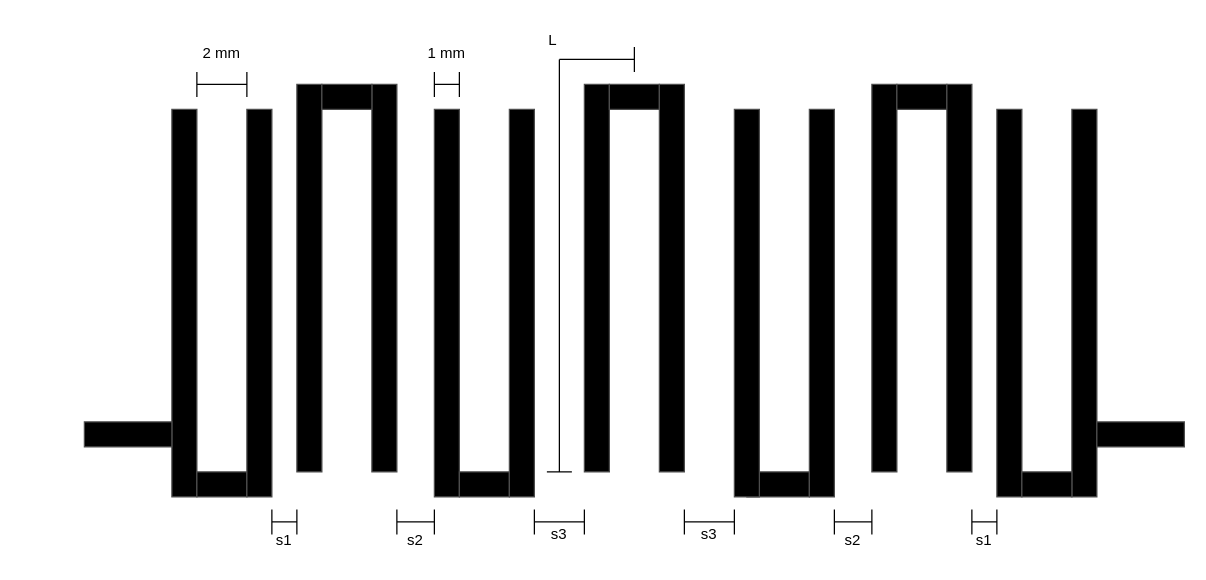
The draw.io diagram gitfigures/system_design/rf_front_end/bandpass_filter/hairpin_filter.drawio in Niclasapdk/esd5_project, before the edit. Source tidied: cells renumbered, new cells numbered last; positions are measured from the earlier drawing's top-left corner, leaving out a move shared by most shapes. Both pictures are drawn from the tidied source at 125%, with x=0, y=0 at pixel (84, 21).
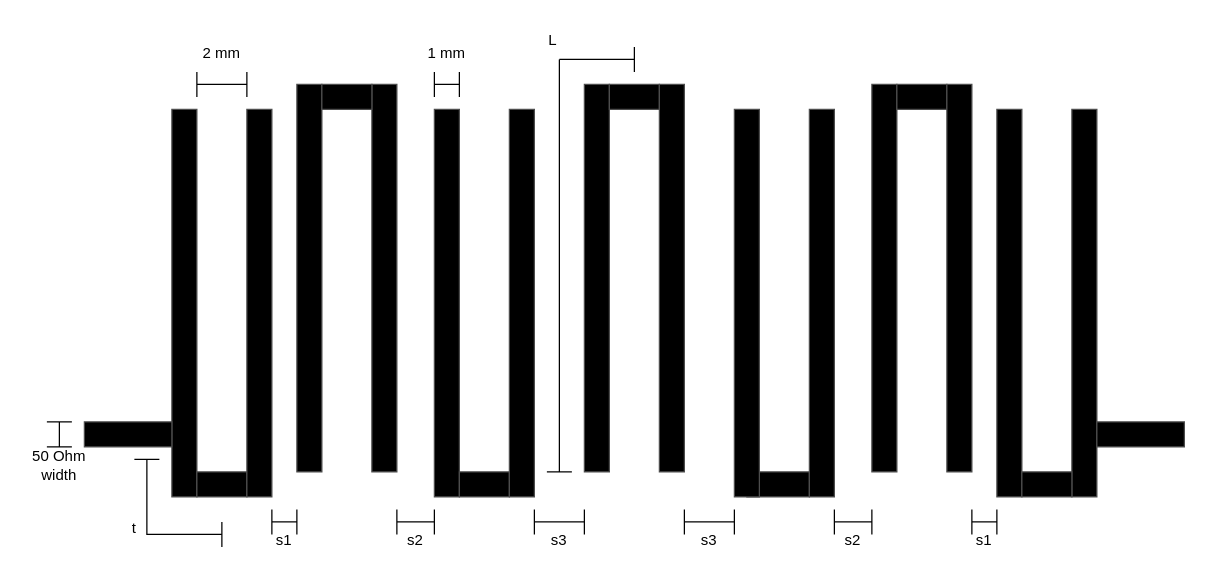
Above is the later version.

Change to the diagram source:
```diff
@@
     <mxCell id="38" value="s3" style="text;html=1;align=center;verticalAlign=middle;whiteSpace=wrap;rounded=0;" parent="1" vertex="1">
-      <mxGeometry x="355" y="395" width="50" height="30" as="geometry" />
+      <mxGeometry x="355" y="400" width="50" height="30" as="geometry" />
     </mxCell>
@@
     <mxCell id="40" value="s3" style="text;html=1;align=center;verticalAlign=middle;whiteSpace=wrap;rounded=0;" parent="1" vertex="1">
-      <mxGeometry x="475" y="395" width="50" height="30" as="geometry" />
+      <mxGeometry x="475" y="400" width="50" height="30" as="geometry" />
     </mxCell>
@@
+    <mxCell id="46" style="shape=crossbar;whiteSpace=wrap;html=1;rounded=1;direction=south;" parent="1" vertex="1">
+      <mxGeometry x="-30" y="320" width="20" height="20" as="geometry" />
+    </mxCell>
+    <mxCell id="47" value="50 Ohm width" style="text;html=1;align=center;verticalAlign=middle;whiteSpace=wrap;rounded=0;" parent="1" vertex="1">
+      <mxGeometry x="-50" y="340" width="60" height="30" as="geometry" />
+    </mxCell>
+    <mxCell id="48" style="endArrow=none;html=1;rounded=0;" parent="1" edge="1">
+      <mxGeometry relative="1" as="geometry">
+        <mxPoint x="50" y="350" as="sourcePoint" />
+        <mxPoint x="110" y="410" as="targetPoint" />
+        <Array as="points">
+          <mxPoint x="50" y="410" />
+          <mxPoint x="110" y="410" />
+        </Array>
+      </mxGeometry>
+    </mxCell>
+    <mxCell id="49" style="endArrow=none;html=1;rounded=0;" parent="1" edge="1">
+      <mxGeometry relative="1" as="geometry">
+        <mxPoint x="40" y="350" as="sourcePoint" />
+        <mxPoint x="60" y="350" as="targetPoint" />
+      </mxGeometry>
+    </mxCell>
+    <mxCell id="50" style="endArrow=none;html=1;rounded=0;" parent="1" edge="1">
+      <mxGeometry relative="1" as="geometry">
+        <mxPoint x="110" y="420" as="sourcePoint" />
+        <mxPoint x="110" y="400" as="targetPoint" />
+      </mxGeometry>
+    </mxCell>
+    <mxCell id="51" value="t" style="text;html=1;align=center;verticalAlign=middle;whiteSpace=wrap;rounded=0;" parent="1" vertex="1">
+      <mxGeometry x="30" y="390" width="20" height="30" as="geometry" />
+    </mxCell>
```
